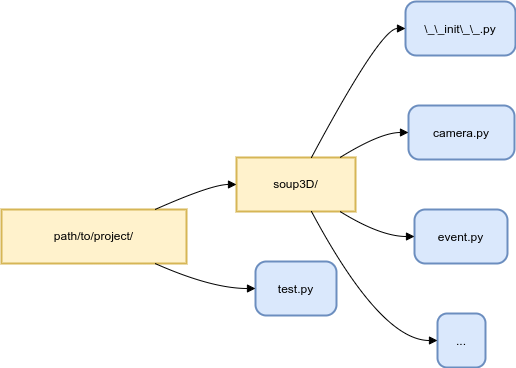
Above: readmepic0.png in OrenLiu/soup3D (draw.io), before the change. Source tidied: cells renumbered, new cells last; positions are measured from the earlier drawing's top-left corner, leaving out a move shared by most shapes. The source it was exported from:
```xml
<mxGraphModel>
  <root>
    <mxCell id="0" />
    <mxCell id="1" parent="0" />
    <mxCell id="2" value="path/to/project/" style="whiteSpace=wrap;strokeWidth=2;fillColor=#fff2cc;strokeColor=#d6b656;" parent="1" vertex="1">
      <mxGeometry y="208" width="185" height="54" as="geometry" />
    </mxCell>
    <mxCell id="3" value="soup3D/" style="whiteSpace=wrap;strokeWidth=2;fillColor=#fff2cc;strokeColor=#d6b656;" parent="1" vertex="1">
      <mxGeometry x="235" y="156" width="119" height="54" as="geometry" />
    </mxCell>
    <mxCell id="4" value="\_\_init\_\_.py" style="rounded=1;arcSize=20;strokeWidth=2;fillColor=#dae8fc;strokeColor=#6c8ebf;" parent="1" vertex="1">
      <mxGeometry x="404" width="110" height="54" as="geometry" />
    </mxCell>
    <mxCell id="5" value="camera.py" style="rounded=1;arcSize=20;strokeWidth=2;fillColor=#dae8fc;strokeColor=#6c8ebf;" parent="1" vertex="1">
      <mxGeometry x="407" y="104" width="106" height="54" as="geometry" />
    </mxCell>
    <mxCell id="6" value="event.py" style="rounded=1;arcSize=20;strokeWidth=2;fillColor=#dae8fc;strokeColor=#6c8ebf;" parent="1" vertex="1">
      <mxGeometry x="413" y="208" width="93" height="54" as="geometry" />
    </mxCell>
    <mxCell id="7" value="..." style="rounded=1;arcSize=20;strokeWidth=2;fillColor=#dae8fc;strokeColor=#6c8ebf;" parent="1" vertex="1">
      <mxGeometry x="436" y="312" width="48" height="54" as="geometry" />
    </mxCell>
    <mxCell id="8" value="test.py" style="rounded=1;arcSize=20;strokeWidth=2;fillColor=#dae8fc;strokeColor=#6c8ebf;" parent="1" vertex="1">
      <mxGeometry x="254" y="260" width="81" height="54" as="geometry" />
    </mxCell>
    <mxCell id="9" style="curved=1;startArrow=none;endArrow=block;exitX=0.83;exitY=0;entryX=0;entryY=0.5;rounded=0;" parent="1" edge="1" source="2" target="3">
      <mxGeometry relative="1" as="geometry">
        <Array as="points">
          <mxPoint x="210" y="183" />
        </Array>
      </mxGeometry>
    </mxCell>
    <mxCell id="10" style="curved=1;startArrow=none;endArrow=block;exitX=0.63;exitY=0;entryX=0;entryY=0.5;rounded=0;" parent="1" edge="1" source="3" target="4">
      <mxGeometry relative="1" as="geometry">
        <Array as="points">
          <mxPoint x="379" y="27" />
        </Array>
      </mxGeometry>
    </mxCell>
    <mxCell id="11" style="curved=1;startArrow=none;endArrow=block;exitX=0.87;exitY=0;entryX=0;entryY=0.5;rounded=0;" parent="1" edge="1" source="3" target="5">
      <mxGeometry relative="1" as="geometry">
        <Array as="points">
          <mxPoint x="379" y="131" />
        </Array>
      </mxGeometry>
    </mxCell>
    <mxCell id="12" style="curved=1;startArrow=none;endArrow=block;exitX=0.87;exitY=1;entryX=0;entryY=0.5;rounded=0;" parent="1" edge="1" source="3" target="6">
      <mxGeometry relative="1" as="geometry">
        <Array as="points">
          <mxPoint x="379" y="235" />
        </Array>
      </mxGeometry>
    </mxCell>
    <mxCell id="13" style="curved=1;startArrow=none;endArrow=block;exitX=0.63;exitY=1;entryX=0;entryY=0.5;rounded=0;" parent="1" edge="1" source="3" target="7">
      <mxGeometry relative="1" as="geometry">
        <Array as="points">
          <mxPoint x="379" y="339" />
        </Array>
      </mxGeometry>
    </mxCell>
    <mxCell id="14" style="curved=1;startArrow=none;endArrow=block;exitX=0.83;exitY=1;entryX=0.01;entryY=0.5;rounded=0;" parent="1" edge="1" source="2" target="8">
      <mxGeometry relative="1" as="geometry">
        <Array as="points">
          <mxPoint x="210" y="287" />
        </Array>
      </mxGeometry>
    </mxCell>
  </root>
</mxGraphModel>
```
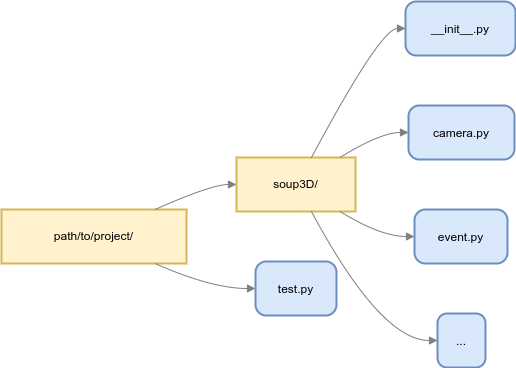
The same file after the commit.

What changed in the source:
```diff
@@ -8,7 +8,7 @@
     <mxCell id="3" value="soup3D/" style="whiteSpace=wrap;strokeWidth=2;fillColor=#fff2cc;strokeColor=#d6b656;" parent="1" vertex="1">
       <mxGeometry x="235" y="156" width="119" height="54" as="geometry" />
     </mxCell>
-    <mxCell id="4" value="\_\_init\_\_.py" style="rounded=1;arcSize=20;strokeWidth=2;fillColor=#dae8fc;strokeColor=#6c8ebf;" parent="1" vertex="1">
+    <mxCell id="4" value="__init__.py" style="rounded=1;arcSize=20;strokeWidth=2;fillColor=#dae8fc;strokeColor=#6c8ebf;" parent="1" vertex="1">
       <mxGeometry x="404" width="110" height="54" as="geometry" />
     </mxCell>
     <mxCell id="5" value="camera.py" style="rounded=1;arcSize=20;strokeWidth=2;fillColor=#dae8fc;strokeColor=#6c8ebf;" parent="1" vertex="1">
@@ -23,42 +23,42 @@
     <mxCell id="8" value="test.py" style="rounded=1;arcSize=20;strokeWidth=2;fillColor=#dae8fc;strokeColor=#6c8ebf;" parent="1" vertex="1">
       <mxGeometry x="254" y="260" width="81" height="54" as="geometry" />
     </mxCell>
-    <mxCell id="9" style="curved=1;startArrow=none;endArrow=block;exitX=0.83;exitY=0;entryX=0;entryY=0.5;rounded=0;" parent="1" edge="1" source="2" target="3">
+    <mxCell id="9" style="curved=1;startArrow=none;endArrow=block;exitX=0.83;exitY=0;entryX=0;entryY=0.5;rounded=0;strokeColor=light-dark(#7f7f7f, #ededed);" parent="1" edge="1" source="2" target="3">
       <mxGeometry relative="1" as="geometry">
         <Array as="points">
           <mxPoint x="210" y="183" />
         </Array>
       </mxGeometry>
     </mxCell>
-    <mxCell id="10" style="curved=1;startArrow=none;endArrow=block;exitX=0.63;exitY=0;entryX=0;entryY=0.5;rounded=0;" parent="1" edge="1" source="3" target="4">
+    <mxCell id="10" style="curved=1;startArrow=none;endArrow=block;exitX=0.63;exitY=0;entryX=0;entryY=0.5;rounded=0;strokeColor=light-dark(#7f7f7f, #ededed);" parent="1" edge="1" source="3" target="4">
       <mxGeometry relative="1" as="geometry">
         <Array as="points">
           <mxPoint x="379" y="27" />
         </Array>
       </mxGeometry>
     </mxCell>
-    <mxCell id="11" style="curved=1;startArrow=none;endArrow=block;exitX=0.87;exitY=0;entryX=0;entryY=0.5;rounded=0;" parent="1" edge="1" source="3" target="5">
+    <mxCell id="11" style="curved=1;startArrow=none;endArrow=block;exitX=0.87;exitY=0;entryX=0;entryY=0.5;rounded=0;strokeColor=light-dark(#7f7f7f, #ededed);" parent="1" edge="1" source="3" target="5">
       <mxGeometry relative="1" as="geometry">
         <Array as="points">
           <mxPoint x="379" y="131" />
         </Array>
       </mxGeometry>
     </mxCell>
-    <mxCell id="12" style="curved=1;startArrow=none;endArrow=block;exitX=0.87;exitY=1;entryX=0;entryY=0.5;rounded=0;" parent="1" edge="1" source="3" target="6">
+    <mxCell id="12" style="curved=1;startArrow=none;endArrow=block;exitX=0.87;exitY=1;entryX=0;entryY=0.5;rounded=0;strokeColor=light-dark(#7f7f7f, #ededed);" parent="1" edge="1" source="3" target="6">
       <mxGeometry relative="1" as="geometry">
         <Array as="points">
           <mxPoint x="379" y="235" />
         </Array>
       </mxGeometry>
     </mxCell>
-    <mxCell id="13" style="curved=1;startArrow=none;endArrow=block;exitX=0.63;exitY=1;entryX=0;entryY=0.5;rounded=0;" parent="1" edge="1" source="3" target="7">
+    <mxCell id="13" style="curved=1;startArrow=none;endArrow=block;exitX=0.63;exitY=1;entryX=0;entryY=0.5;rounded=0;strokeColor=light-dark(#7f7f7f, #ededed);" parent="1" edge="1" source="3" target="7">
       <mxGeometry relative="1" as="geometry">
         <Array as="points">
           <mxPoint x="379" y="339" />
         </Array>
       </mxGeometry>
     </mxCell>
-    <mxCell id="14" style="curved=1;startArrow=none;endArrow=block;exitX=0.83;exitY=1;entryX=0.01;entryY=0.5;rounded=0;" parent="1" edge="1" source="2" target="8">
+    <mxCell id="14" style="curved=1;startArrow=none;endArrow=block;exitX=0.83;exitY=1;entryX=0.01;entryY=0.5;rounded=0;strokeColor=light-dark(#7f7f7f, #ededed);" parent="1" edge="1" source="2" target="8">
       <mxGeometry relative="1" as="geometry">
         <Array as="points">
           <mxPoint x="210" y="287" />
```
